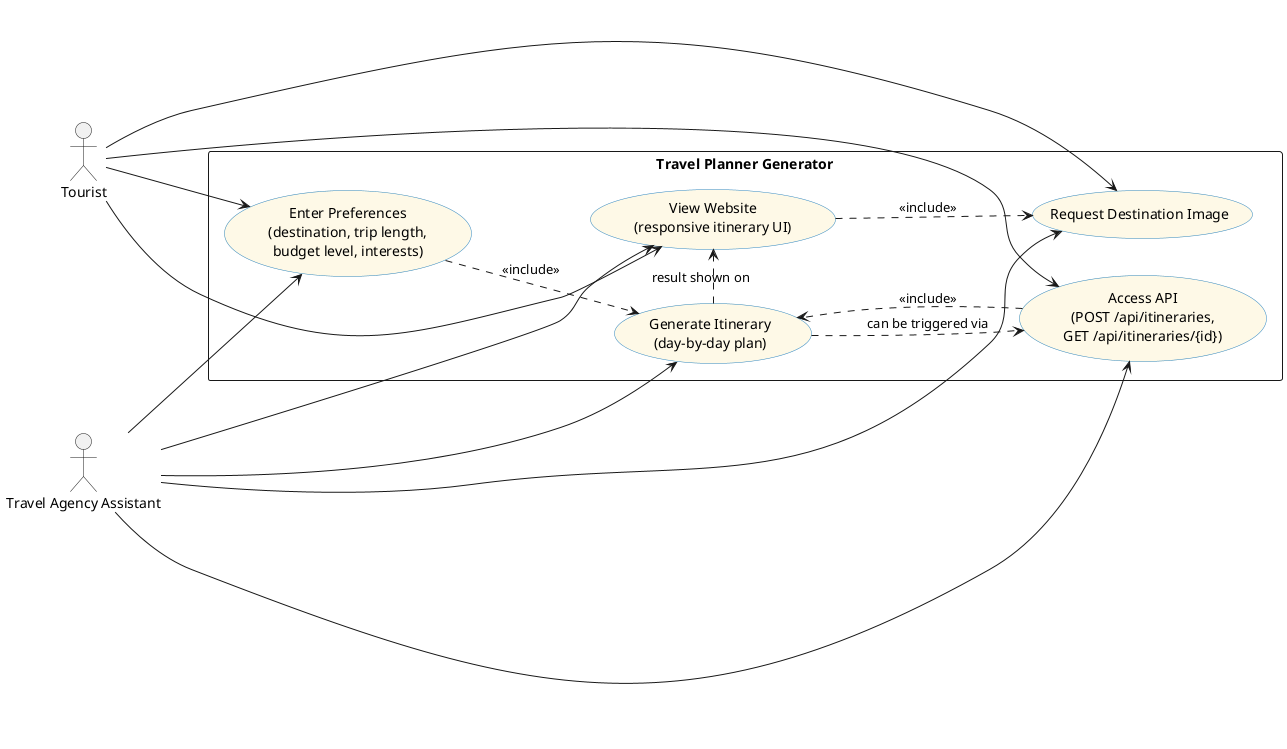
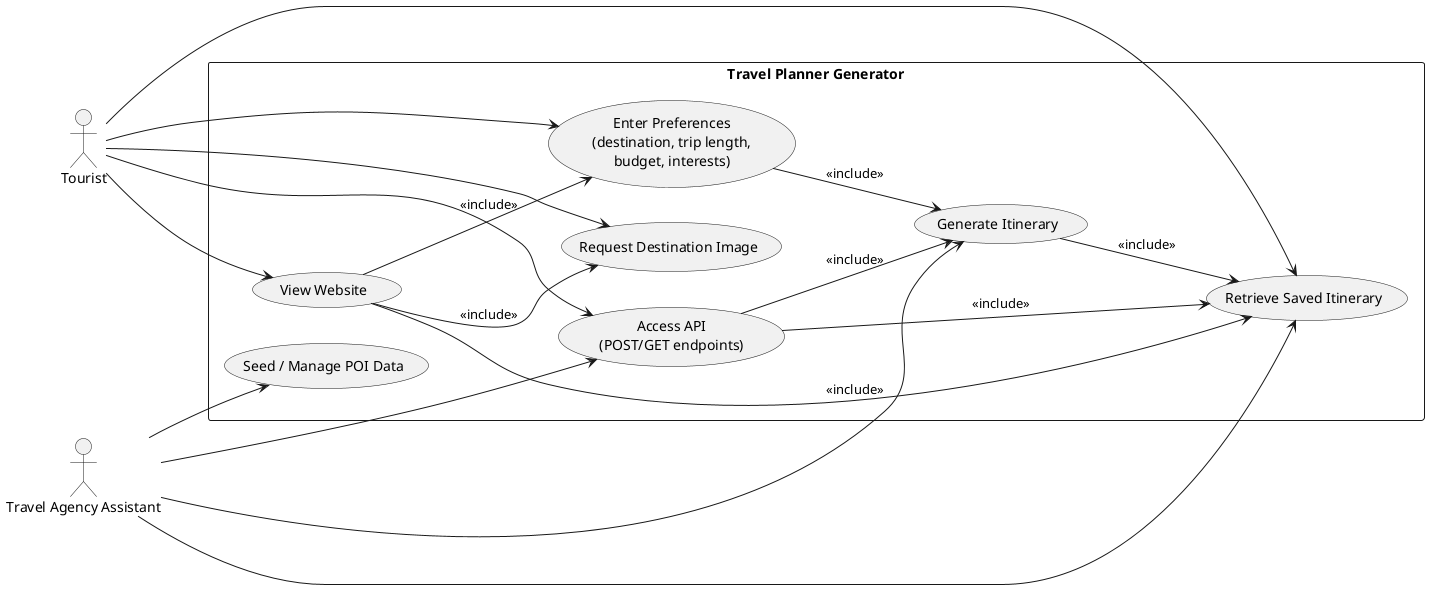
@startuml
left to right direction
- skinparam usecase {
-   BackgroundColor #FEF9E7
-   BorderColor #2E86C1
+ 
+ actor Tourist
+ actor "Travel Agency Assistant" as Assistant
+ 
+ rectangle "Travel Planner Generator" {
+   usecase "Enter Preferences\n(destination, trip length,\nbudget, interests)" as Enter
+   usecase "Generate Itinerary" as Generate
+   usecase "View Website" as View
+   usecase "Request Destination Image" as Image
+   usecase "Access API\n(POST/GET endpoints)" as API
+   usecase "Retrieve Saved Itinerary" as Retrieve
+   usecase "Seed / Manage POI Data" as Admin
}

- actor Tourist
- actor "Travel Agency Assistant" as Agent
+ ' Actor associations
+ Tourist --> View
+ Tourist --> Enter
+ Tourist --> Image
+ Tourist --> API
+ Tourist --> Retrieve

- rectangle "Travel Planner Generator" {
-   usecase UC_Preferences as "Enter Preferences\n(destination, trip length,\nbudget level, interests)"
-   usecase UC_Generate as "Generate Itinerary\n(day-by-day plan)"
-   usecase UC_View as "View Website\n(responsive itinerary UI)"
-   usecase UC_Image as "Request Destination Image"
-   usecase UC_API as "Access API\n(POST /api/itineraries,\nGET /api/itineraries/{id})"
- }
+ Assistant --> Admin
+ Assistant --> API
+ Assistant --> Generate
+ Assistant --> Retrieve

- ' Primary associations
- Tourist --> UC_Preferences
- Tourist --> UC_View
- Tourist --> UC_Image
- Tourist --> UC_API
+ ' Use case relationships
+ View --> Enter : <<include>>
+ View --> Retrieve : <<include>>
+ View --> Image : <<include>>

- Agent --> UC_Preferences
- Agent --> UC_Generate
- Agent --> UC_View
- Agent --> UC_API
- Agent --> UC_Image
- 
- ' Use-case relationships
- UC_Preferences ..> UC_Generate : <<include>>
- UC_API ..> UC_Generate : <<include>>
- UC_View ..> UC_Image : <<include>>
- 
- ' Optional relationships to show alternate flows
- UC_Generate .> UC_View : result shown on
- UC_Generate .> UC_API : can be triggered via
+ Enter --> Generate : <<include>>
+ API --> Generate : <<include>>
+ API --> Retrieve : <<include>>
+ Generate --> Retrieve : <<include>>

@enduml